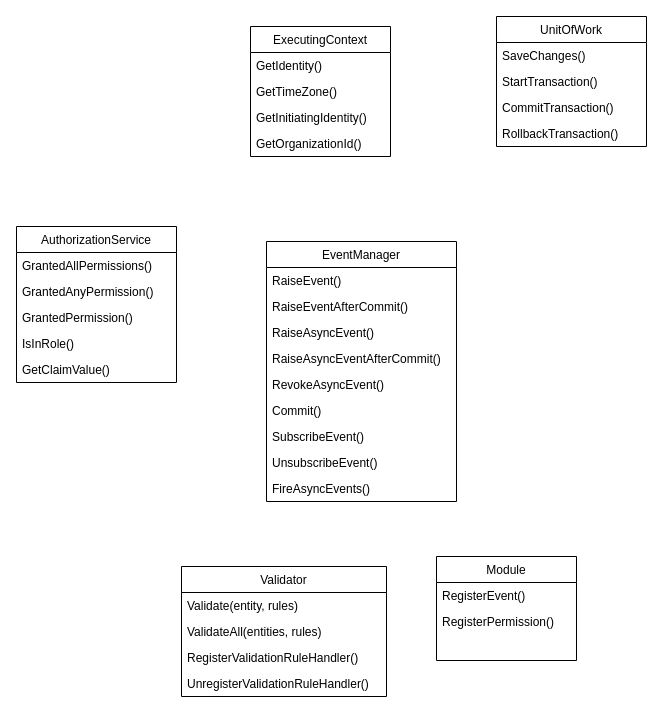
The draw.io diagram Framework Class Diagram.drawio in hkdotneteam/hkdotnet.Framework, before the edit. Source tidied: cells renumbered, new cells numbered last; positions are measured from the earlier drawing's top-left corner, leaving out a move shared by most shapes. Both pictures are drawn from the tidied source at 100%, with x=0, y=0 at pixel (16, 16).
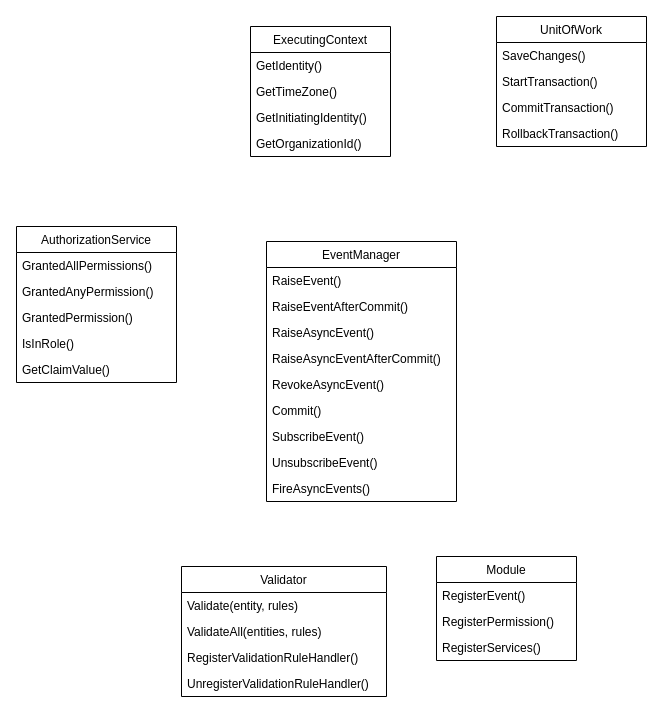
The same page after the edit.

Unchanged cells that the change refers to:
```xml
<mxCell id="33" value="Module" style="swimlane;fontStyle=0;horizontal=1;startSize=26;fillColor=none;" parent="1" vertex="1">
  <mxGeometry x="420" y="540" width="140" height="104" as="geometry" />
</mxCell>
```

What changed in the source:
```diff
@@
-    <mxCell id="36" style="text;strokeColor=none;fillColor=none;align=left;verticalAlign=top;spacingLeft=4;spacingRight=4;overflow=hidden;" parent="33" vertex="1">
+    <mxCell id="36" value="RegisterServices()" style="text;strokeColor=none;fillColor=none;align=left;verticalAlign=top;spacingLeft=4;spacingRight=4;overflow=hidden;" parent="33" vertex="1">
       <mxGeometry y="78" width="140" height="26" as="geometry" />
     </mxCell>
```
